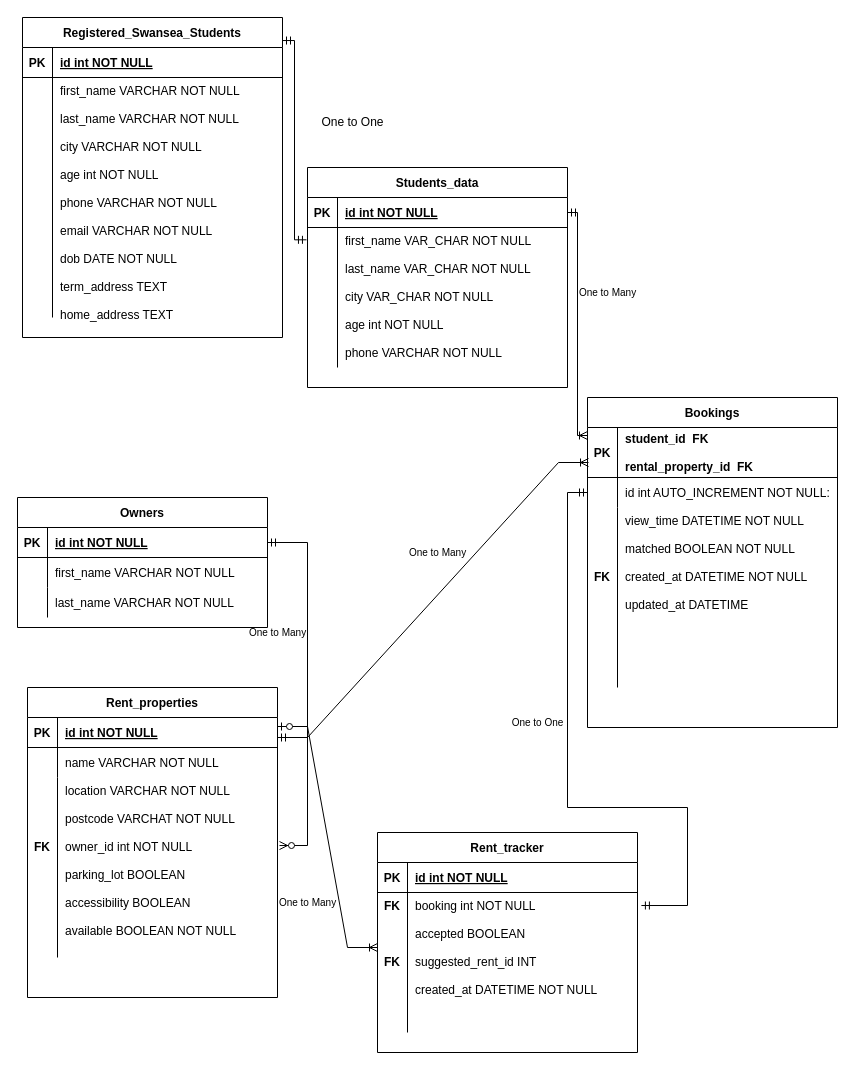
Above: Untitled Diagram.drawio in Eebru-gzy/Draw.io-repo (draw.io), before the change. Source tidied: cells renumbered, new cells numbered last; positions are measured from the earlier drawing's top-left corner, leaving out a move shared by most shapes. Both pictures are drawn from the tidied source at 100%, with x=0, y=0 at pixel (17, 17).
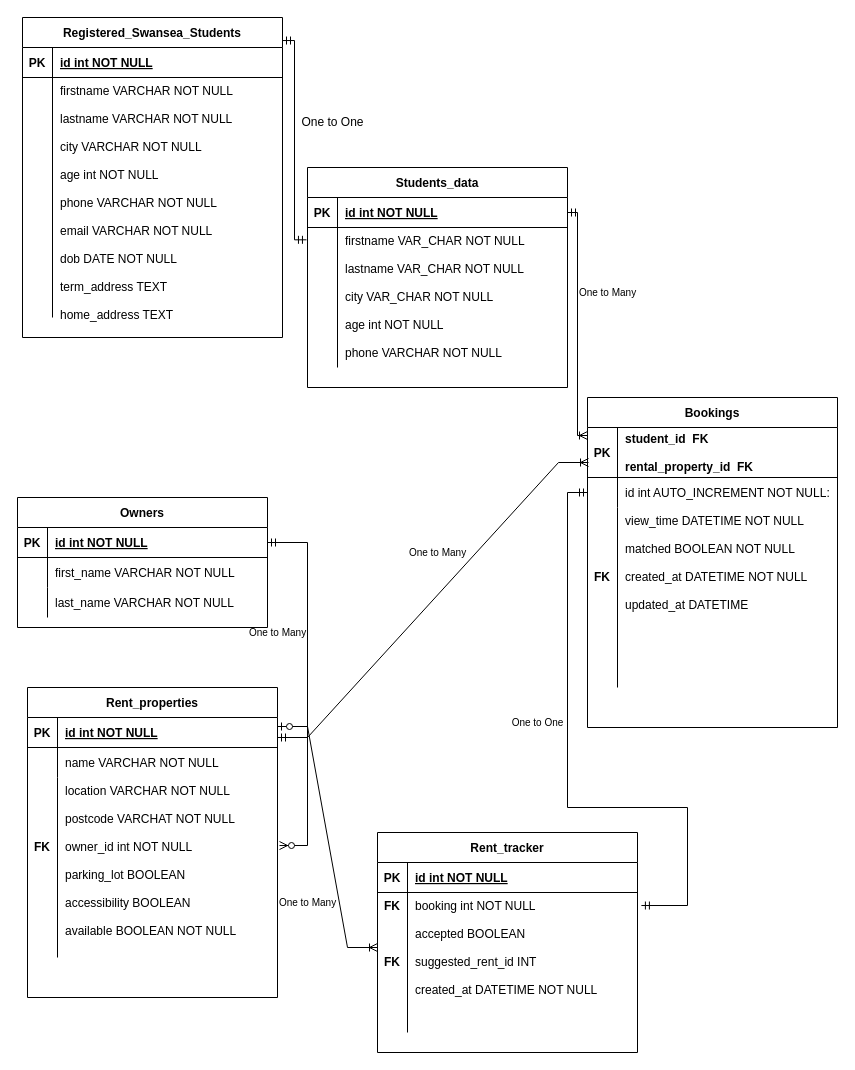
After the change.

The change refers to these unchanged cells:
```xml
<mxCell id="26" style="shape=partialRectangle;fillColor=none;top=0;left=0;right=0;bottom=0;" parent="22" vertex="1">
  <mxGeometry y="60" width="260" height="240" as="geometry" />
</mxCell>
<mxCell id="33" style="shape=partialRectangle;fillColor=none;points=[[0,0.5],[1,0.5]];portConstraint=eastwest;top=0;left=0;right=0;bottom=0;" parent="29" vertex="1">
  <mxGeometry y="60" width="260" height="140" as="geometry" />
</mxCell>
```

The edit, as a diff of the source:
```diff
@@
-    <mxCell id="28" value="first_name VARCHAR NOT NULL&#10;&#10;last_name VARCHAR NOT NULL&#10;&#10;city VARCHAR NOT NULL&#10;&#10;age int NOT NULL&#10;&#10;phone VARCHAR NOT NULL&#10;&#10;email VARCHAR NOT NULL&#10;&#10;dob DATE NOT NULL&#10;&#10;term_address TEXT&#10;&#10;home_address TEXT&#10;&#10;" style="shape=partialRectangle;overflow=hidden;fillColor=none;top=0;left=0;bottom=0;right=0;align=left;spacingLeft=6;verticalAlign=top;fontStyle=0;" parent="26" vertex="1">
+    <mxCell id="28" value="firstname VARCHAR NOT NULL&#10;&#10;lastname VARCHAR NOT NULL&#10;&#10;city VARCHAR NOT NULL&#10;&#10;age int NOT NULL&#10;&#10;phone VARCHAR NOT NULL&#10;&#10;email VARCHAR NOT NULL&#10;&#10;dob DATE NOT NULL&#10;&#10;term_address TEXT&#10;&#10;home_address TEXT&#10;&#10;" style="shape=partialRectangle;overflow=hidden;fillColor=none;top=0;left=0;bottom=0;right=0;align=left;spacingLeft=6;verticalAlign=top;fontStyle=0;" parent="26" vertex="1">
       <mxGeometry x="30" width="230" height="240" as="geometry" />
     </mxCell>
@@
-    <mxCell id="35" value="first_name VAR_CHAR NOT NULL&#10;&#10;last_name VAR_CHAR NOT NULL&#10;&#10;city VAR_CHAR NOT NULL&#10;&#10;age int NOT NULL&#10;&#10;phone VARCHAR NOT NULL&#10;" style="shape=partialRectangle;overflow=hidden;fillColor=none;top=0;left=0;bottom=0;right=0;align=left;spacingLeft=6;verticalAlign=top;fontStyle=0;" parent="33" vertex="1">
+    <mxCell id="35" value="firstname VAR_CHAR NOT NULL&#10;&#10;lastname VAR_CHAR NOT NULL&#10;&#10;city VAR_CHAR NOT NULL&#10;&#10;age int NOT NULL&#10;&#10;phone VARCHAR NOT NULL&#10;" style="shape=partialRectangle;overflow=hidden;fillColor=none;top=0;left=0;bottom=0;right=0;align=left;spacingLeft=6;verticalAlign=top;fontStyle=0;" parent="33" vertex="1">
       <mxGeometry x="30" width="230" height="140" as="geometry" />
     </mxCell>
@@
     <mxCell id="38" value="One to One" style="text;html=1;align=center;verticalAlign=middle;strokeColor=none;fillColor=none;" parent="1" vertex="1">
-      <mxGeometry x="290" y="90" width="90" height="30" as="geometry" />
+      <mxGeometry x="270" y="90" width="90" height="30" as="geometry" />
     </mxCell>
```
